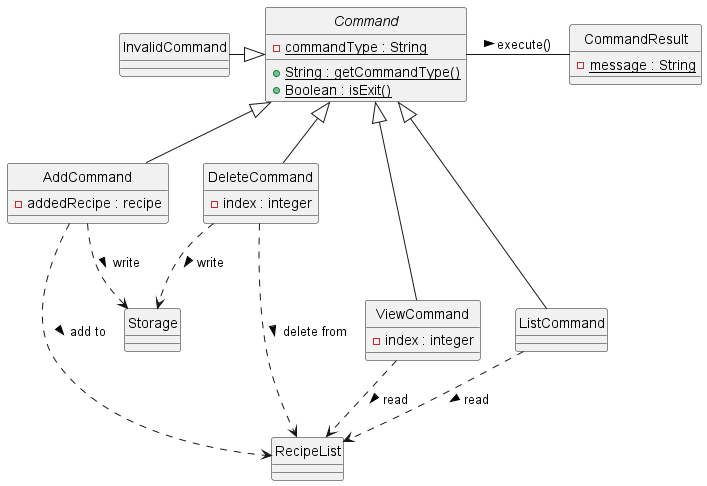
This is docs/images/ClassDiagrams/Command.png from nus-cs2113-AY2223S1/tp, a PlantUML export, as it was before one commit.
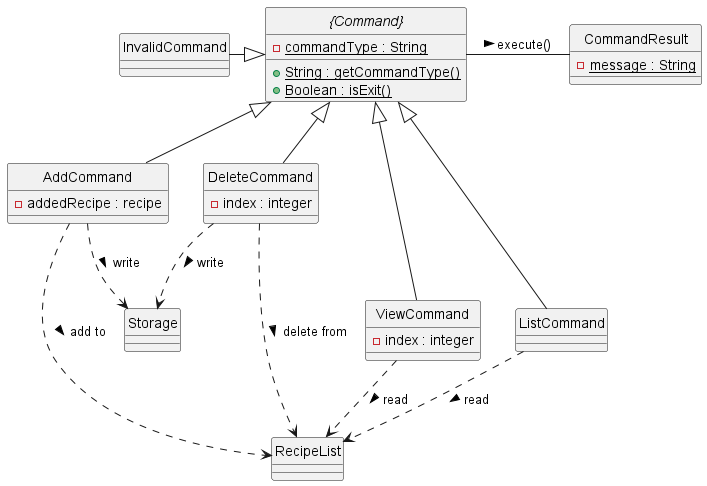
The same diagram one commit later.

The edit, as a diff of the source:
```diff
@@ -1,6 +1,7 @@
 @startuml
 skinparam Style strictuml
-Abstract Class Command {
+
+abstract class "{Command}" as Command {
     -{static} commandType : String
     +{static} String : getCommandType()
     +{static} Boolean : isExit()
```
